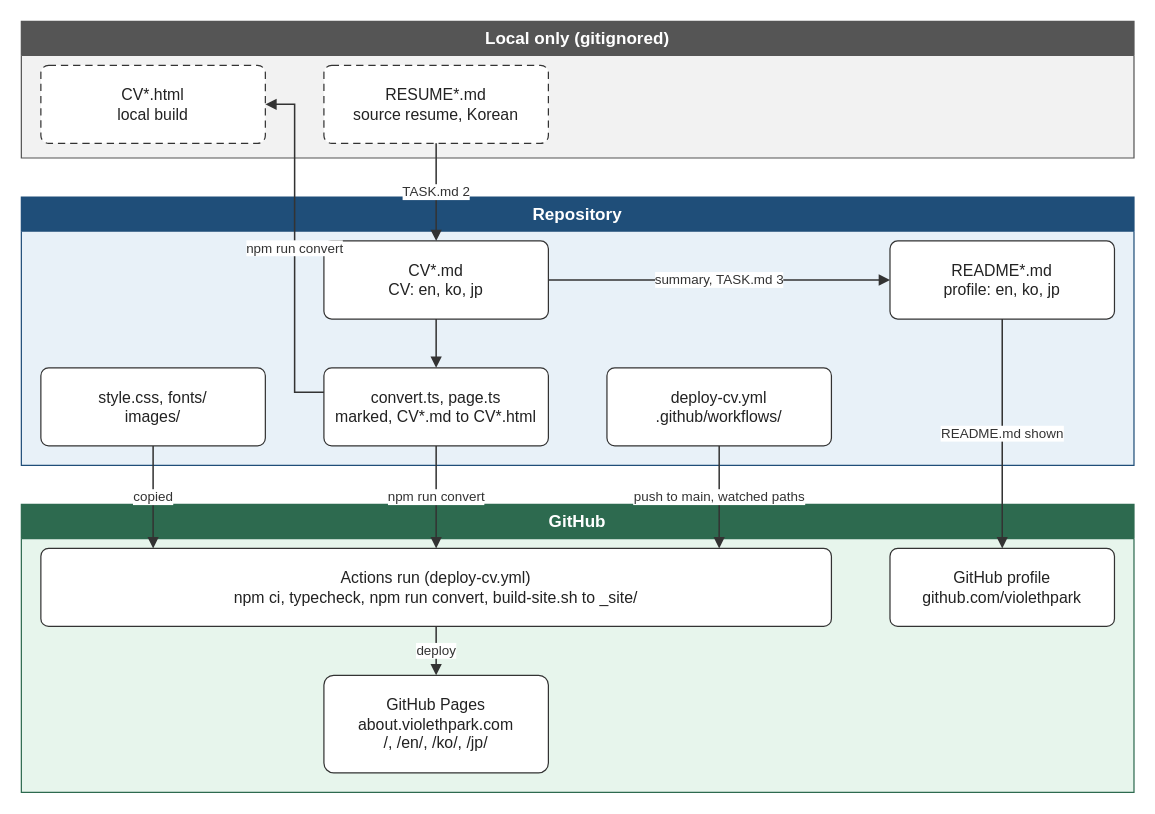
Before: diagrams/repo-structure.drawio in violethpark/violethpark, a draw.io diagram. Source tidied: cells renumbered, new cells numbered last; positions are measured from the earlier drawing's top-left corner, leaving out a move shared by most shapes. Both pictures are drawn from the tidied source at 122%, with x=0, y=0 at pixel (21, 21).
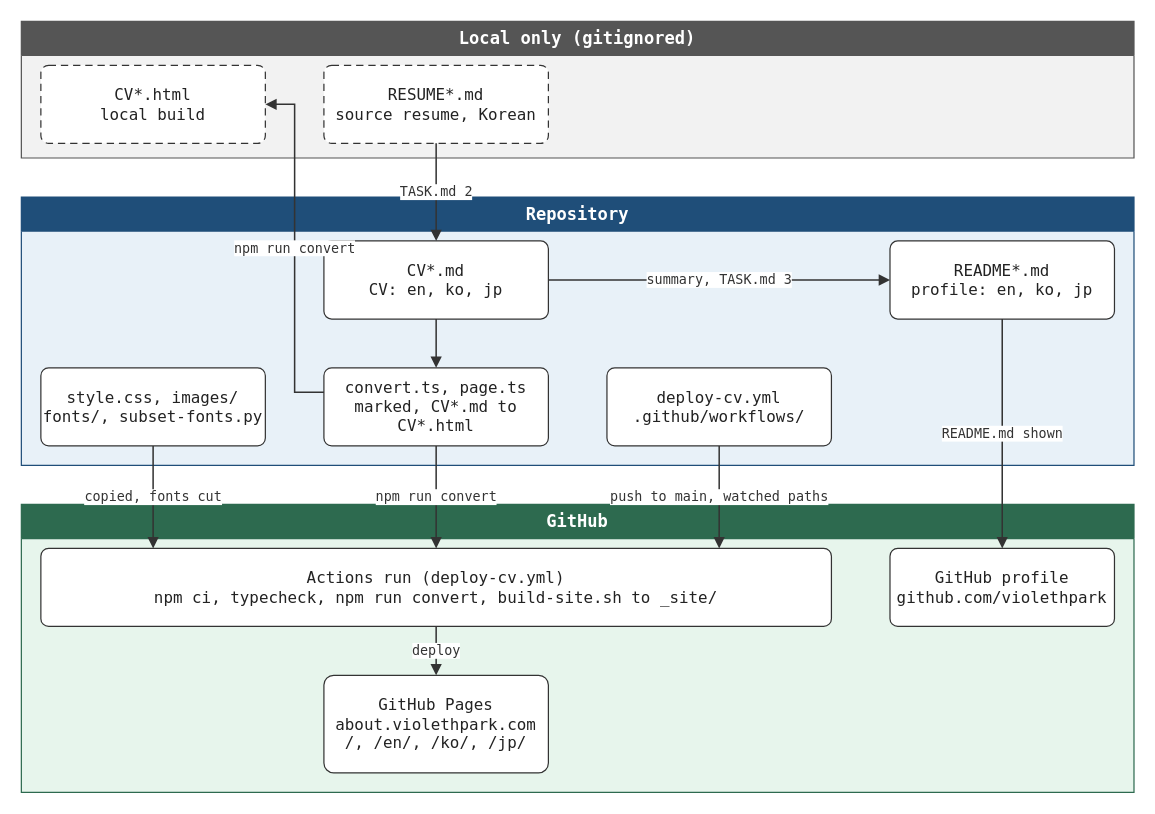
The same diagram, later.

Change to the diagram source:
```diff
@@
-    <mxCell id="2" value="Local only (gitignored)" style="swimlane;html=1;startSize=28;fontStyle=1;fontSize=14;fontFamily=Helvetica;align=center;verticalAlign=middle;fillColor=#555555;fontColor=#FFFFFF;strokeColor=#555555;swimlaneFillColor=#F2F2F2;rounded=0;whiteSpace=wrap;" parent="1" vertex="1">
+    <mxCell id="2" value="Local only (gitignored)" style="swimlane;html=1;startSize=28;fontStyle=1;fontSize=14;fontFamily=Sarasa Mono Slab J,Sarasa Mono Slab K,monospace;align=center;verticalAlign=middle;fillColor=light-dark(#555555,#D0D0D0);fontColor=light-dark(#FFFFFF,#000000);strokeColor=light-dark(#555555,#D0D0D0);swimlaneFillColor=light-dark(#F2F2F2,#000000);rounded=0;whiteSpace=wrap;" parent="1" vertex="1">
       <mxGeometry width="912" height="112" as="geometry" />
     </mxCell>
-    <mxCell id="3" value="Repository" style="swimlane;html=1;startSize=28;fontStyle=1;fontSize=14;fontFamily=Helvetica;align=center;verticalAlign=middle;fillColor=#1F4E79;fontColor=#FFFFFF;strokeColor=#1F4E79;swimlaneFillColor=#E8F1F8;rounded=0;whiteSpace=wrap;" parent="1" vertex="1">
+    <mxCell id="3" value="Repository" style="swimlane;html=1;startSize=28;fontStyle=1;fontSize=14;fontFamily=Sarasa Mono Slab J,Sarasa Mono Slab K,monospace;align=center;verticalAlign=middle;fillColor=light-dark(#1F4E79,#9CC8F0);fontColor=light-dark(#FFFFFF,#000000);strokeColor=light-dark(#1F4E79,#9CC8F0);swimlaneFillColor=light-dark(#E8F1F8,#000000);rounded=0;whiteSpace=wrap;" parent="1" vertex="1">
       <mxGeometry y="144" width="912" height="220" as="geometry" />
     </mxCell>
-    <mxCell id="4" value="GitHub" style="swimlane;html=1;startSize=28;fontStyle=1;fontSize=14;fontFamily=Helvetica;align=center;verticalAlign=middle;fillColor=#2D6A4F;fontColor=#FFFFFF;strokeColor=#2D6A4F;swimlaneFillColor=#E7F5EC;rounded=0;whiteSpace=wrap;" parent="1" vertex="1">
+    <mxCell id="4" value="GitHub" style="swimlane;html=1;startSize=28;fontStyle=1;fontSize=14;fontFamily=Sarasa Mono Slab J,Sarasa Mono Slab K,monospace;align=center;verticalAlign=middle;fillColor=light-dark(#2D6A4F,#8FD6B0);fontColor=light-dark(#FFFFFF,#000000);strokeColor=light-dark(#2D6A4F,#8FD6B0);swimlaneFillColor=light-dark(#E7F5EC,#000000);rounded=0;whiteSpace=wrap;" parent="1" vertex="1">
       <mxGeometry y="396" width="912" height="236" as="geometry" />
     </mxCell>
-    <mxCell id="5" value="CV*.html&#10;local build" style="rounded=1;whiteSpace=wrap;html=1;align=center;verticalAlign=middle;fontSize=13;fontFamily=Helvetica;fontColor=#222222;fillColor=#FFFFFF;strokeColor=#333333;arcSize=10;dashed=1;dashPattern=6 4;" parent="2" vertex="1">
+    <mxCell id="5" value="CV*.html&#10;local build" style="rounded=1;whiteSpace=wrap;html=1;align=center;verticalAlign=middle;fontSize=13;fontFamily=Sarasa Mono Slab J,Sarasa Mono Slab K,monospace;fontColor=light-dark(#222222,#F5F5F5);fillColor=light-dark(#FFFFFF,#000000);strokeColor=light-dark(#333333,#F0F0F0);arcSize=10;dashed=1;dashPattern=6 4;" parent="2" vertex="1">
       <mxGeometry x="16" y="36" width="184" height="64" as="geometry" />
     </mxCell>
-    <mxCell id="6" value="RESUME*.md&#10;source resume, Korean" style="rounded=1;whiteSpace=wrap;html=1;align=center;verticalAlign=middle;fontSize=13;fontFamily=Helvetica;fontColor=#222222;fillColor=#FFFFFF;strokeColor=#333333;arcSize=10;dashed=1;dashPattern=6 4;" parent="2" vertex="1">
+    <mxCell id="6" value="RESUME*.md&#10;source resume, Korean" style="rounded=1;whiteSpace=wrap;html=1;align=center;verticalAlign=middle;fontSize=13;fontFamily=Sarasa Mono Slab J,Sarasa Mono Slab K,monospace;fontColor=light-dark(#222222,#F5F5F5);fillColor=light-dark(#FFFFFF,#000000);strokeColor=light-dark(#333333,#F0F0F0);arcSize=10;dashed=1;dashPattern=6 4;" parent="2" vertex="1">
       <mxGeometry x="248" y="36" width="184" height="64" as="geometry" />
     </mxCell>
-    <mxCell id="7" value="CV*.md&#10;CV: en, ko, jp" style="rounded=1;whiteSpace=wrap;html=1;align=center;verticalAlign=middle;fontSize=13;fontFamily=Helvetica;fontColor=#222222;fillColor=#FFFFFF;strokeColor=#333333;arcSize=10;" parent="3" vertex="1">
+    <mxCell id="7" value="CV*.md&#10;CV: en, ko, jp" style="rounded=1;whiteSpace=wrap;html=1;align=center;verticalAlign=middle;fontSize=13;fontFamily=Sarasa Mono Slab J,Sarasa Mono Slab K,monospace;fontColor=light-dark(#222222,#F5F5F5);fillColor=light-dark(#FFFFFF,#000000);strokeColor=light-dark(#333333,#F0F0F0);arcSize=10;" parent="3" vertex="1">
       <mxGeometry x="248" y="36" width="184" height="64" as="geometry" />
     </mxCell>
-    <mxCell id="8" value="README*.md&#10;profile: en, ko, jp" style="rounded=1;whiteSpace=wrap;html=1;align=center;verticalAlign=middle;fontSize=13;fontFamily=Helvetica;fontColor=#222222;fillColor=#FFFFFF;strokeColor=#333333;arcSize=10;" parent="3" vertex="1">
+    <mxCell id="8" value="README*.md&#10;profile: en, ko, jp" style="rounded=1;whiteSpace=wrap;html=1;align=center;verticalAlign=middle;fontSize=13;fontFamily=Sarasa Mono Slab J,Sarasa Mono Slab K,monospace;fontColor=light-dark(#222222,#F5F5F5);fillColor=light-dark(#FFFFFF,#000000);strokeColor=light-dark(#333333,#F0F0F0);arcSize=10;" parent="3" vertex="1">
       <mxGeometry x="712" y="36" width="184" height="64" as="geometry" />
     </mxCell>
-    <mxCell id="9" value="style.css, fonts/&#10;images/" style="rounded=1;whiteSpace=wrap;html=1;align=center;verticalAlign=middle;fontSize=13;fontFamily=Helvetica;fontColor=#222222;fillColor=#FFFFFF;strokeColor=#333333;arcSize=10;" parent="3" vertex="1">
+    <mxCell id="9" value="style.css, images/&#10;fonts/, subset-fonts.py" style="rounded=1;whiteSpace=wrap;html=1;align=center;verticalAlign=middle;fontSize=13;fontFamily=Sarasa Mono Slab J,Sarasa Mono Slab K,monospace;fontColor=light-dark(#222222,#F5F5F5);fillColor=light-dark(#FFFFFF,#000000);strokeColor=light-dark(#333333,#F0F0F0);arcSize=10;" parent="3" vertex="1">
       <mxGeometry x="16" y="140" width="184" height="64" as="geometry" />
     </mxCell>
-    <mxCell id="10" value="convert.ts, page.ts&#10;marked, CV*.md to CV*.html" style="rounded=1;whiteSpace=wrap;html=1;align=center;verticalAlign=middle;fontSize=13;fontFamily=Helvetica;fontColor=#222222;fillColor=#FFFFFF;strokeColor=#333333;arcSize=10;" parent="3" vertex="1">
+    <mxCell id="10" value="convert.ts, page.ts&#10;marked, CV*.md to CV*.html" style="rounded=1;whiteSpace=wrap;html=1;align=center;verticalAlign=middle;fontSize=13;fontFamily=Sarasa Mono Slab J,Sarasa Mono Slab K,monospace;fontColor=light-dark(#222222,#F5F5F5);fillColor=light-dark(#FFFFFF,#000000);strokeColor=light-dark(#333333,#F0F0F0);arcSize=10;" parent="3" vertex="1">
       <mxGeometry x="248" y="140" width="184" height="64" as="geometry" />
     </mxCell>
-    <mxCell id="11" value="deploy-cv.yml&#10;.github/workflows/" style="rounded=1;whiteSpace=wrap;html=1;align=center;verticalAlign=middle;fontSize=13;fontFamily=Helvetica;fontColor=#222222;fillColor=#FFFFFF;strokeColor=#333333;arcSize=10;" parent="3" vertex="1">
+    <mxCell id="11" value="deploy-cv.yml&#10;.github/workflows/" style="rounded=1;whiteSpace=wrap;html=1;align=center;verticalAlign=middle;fontSize=13;fontFamily=Sarasa Mono Slab J,Sarasa Mono Slab K,monospace;fontColor=light-dark(#222222,#F5F5F5);fillColor=light-dark(#FFFFFF,#000000);strokeColor=light-dark(#333333,#F0F0F0);arcSize=10;" parent="3" vertex="1">
       <mxGeometry x="480" y="140" width="184" height="64" as="geometry" />
     </mxCell>
-    <mxCell id="12" value="Actions run (deploy-cv.yml)&#10;npm ci, typecheck, npm run convert, build-site.sh to _site/" style="rounded=1;whiteSpace=wrap;html=1;align=center;verticalAlign=middle;fontSize=13;fontFamily=Helvetica;fontColor=#222222;fillColor=#FFFFFF;strokeColor=#333333;arcSize=10;" parent="4" vertex="1">
+    <mxCell id="12" value="Actions run (deploy-cv.yml)&#10;npm ci, typecheck, npm run convert, build-site.sh to _site/" style="rounded=1;whiteSpace=wrap;html=1;align=center;verticalAlign=middle;fontSize=13;fontFamily=Sarasa Mono Slab J,Sarasa Mono Slab K,monospace;fontColor=light-dark(#222222,#F5F5F5);fillColor=light-dark(#FFFFFF,#000000);strokeColor=light-dark(#333333,#F0F0F0);arcSize=10;" parent="4" vertex="1">
       <mxGeometry x="16" y="36" width="648" height="64" as="geometry" />
     </mxCell>
-    <mxCell id="13" value="GitHub profile&#10;github.com/violethpark" style="rounded=1;whiteSpace=wrap;html=1;align=center;verticalAlign=middle;fontSize=13;fontFamily=Helvetica;fontColor=#222222;fillColor=#FFFFFF;strokeColor=#333333;arcSize=10;" parent="4" vertex="1">
+    <mxCell id="13" value="GitHub profile&#10;github.com/violethpark" style="rounded=1;whiteSpace=wrap;html=1;align=center;verticalAlign=middle;fontSize=13;fontFamily=Sarasa Mono Slab J,Sarasa Mono Slab K,monospace;fontColor=light-dark(#222222,#F5F5F5);fillColor=light-dark(#FFFFFF,#000000);strokeColor=light-dark(#333333,#F0F0F0);arcSize=10;" parent="4" vertex="1">
       <mxGeometry x="712" y="36" width="184" height="64" as="geometry" />
     </mxCell>
-    <mxCell id="14" value="GitHub Pages&#10;about.violethpark.com&#10;/, /en/, /ko/, /jp/" style="rounded=1;whiteSpace=wrap;html=1;align=center;verticalAlign=middle;fontSize=13;fontFamily=Helvetica;fontColor=#222222;fillColor=#FFFFFF;strokeColor=#333333;arcSize=10;" parent="4" vertex="1">
+    <mxCell id="14" value="GitHub Pages&#10;about.violethpark.com&#10;/, /en/, /ko/, /jp/" style="rounded=1;whiteSpace=wrap;html=1;align=center;verticalAlign=middle;fontSize=13;fontFamily=Sarasa Mono Slab J,Sarasa Mono Slab K,monospace;fontColor=light-dark(#222222,#F5F5F5);fillColor=light-dark(#FFFFFF,#000000);strokeColor=light-dark(#333333,#F0F0F0);arcSize=10;" parent="4" vertex="1">
       <mxGeometry x="248" y="140" width="184" height="80" as="geometry" />
     </mxCell>
-    <mxCell id="15" value="TASK.md 2" style="edgeStyle=orthogonalEdgeStyle;rounded=0;html=1;endArrow=block;endFill=1;fontSize=11;fontFamily=Helvetica;fontColor=#333333;labelBackgroundColor=#FFFFFF;strokeColor=#333333;strokeWidth=1.25;align=center;verticalAlign=middle;exitX=0.5000;exitY=1.0000;entryX=0.5000;entryY=0.0000;" parent="1" edge="1" source="6" target="7">
+    <mxCell id="15" value="TASK.md 2" style="edgeStyle=orthogonalEdgeStyle;rounded=0;html=1;endArrow=block;endFill=1;fontSize=11;fontFamily=Sarasa Mono Slab J,Sarasa Mono Slab K,monospace;fontColor=light-dark(#333333,#F0F0F0);labelBackgroundColor=light-dark(#FFFFFF,#121212);strokeColor=light-dark(#333333,#F0F0F0);strokeWidth=1.25;align=center;verticalAlign=middle;exitX=0.5000;exitY=1.0000;entryX=0.5000;entryY=0.0000;" parent="1" edge="1" source="6" target="7">
       <mxGeometry relative="1" as="geometry" />
     </mxCell>
-    <mxCell id="16" value="summary, TASK.md 3" style="edgeStyle=orthogonalEdgeStyle;rounded=0;html=1;endArrow=block;endFill=1;fontSize=11;fontFamily=Helvetica;fontColor=#333333;labelBackgroundColor=#FFFFFF;strokeColor=#333333;strokeWidth=1.25;align=center;verticalAlign=middle;exitX=1.0000;exitY=0.5000;entryX=0.0000;entryY=0.5000;" parent="1" edge="1" source="7" target="8">
+    <mxCell id="16" value="summary, TASK.md 3" style="edgeStyle=orthogonalEdgeStyle;rounded=0;html=1;endArrow=block;endFill=1;fontSize=11;fontFamily=Sarasa Mono Slab J,Sarasa Mono Slab K,monospace;fontColor=light-dark(#333333,#F0F0F0);labelBackgroundColor=light-dark(#FFFFFF,#121212);strokeColor=light-dark(#333333,#F0F0F0);strokeWidth=1.25;align=center;verticalAlign=middle;exitX=1.0000;exitY=0.5000;entryX=0.0000;entryY=0.5000;" parent="1" edge="1" source="7" target="8">
       <mxGeometry relative="1" as="geometry" />
     </mxCell>
-    <mxCell id="17" value="README.md shown" style="edgeStyle=orthogonalEdgeStyle;rounded=0;html=1;endArrow=block;endFill=1;fontSize=11;fontFamily=Helvetica;fontColor=#333333;labelBackgroundColor=#FFFFFF;strokeColor=#333333;strokeWidth=1.25;align=center;verticalAlign=middle;exitX=0.5000;exitY=1.0000;entryX=0.5000;entryY=0.0000;" parent="1" edge="1" source="8" target="13">
+    <mxCell id="17" value="README.md shown" style="edgeStyle=orthogonalEdgeStyle;rounded=0;html=1;endArrow=block;endFill=1;fontSize=11;fontFamily=Sarasa Mono Slab J,Sarasa Mono Slab K,monospace;fontColor=light-dark(#333333,#F0F0F0);labelBackgroundColor=light-dark(#FFFFFF,#121212);strokeColor=light-dark(#333333,#F0F0F0);strokeWidth=1.25;align=center;verticalAlign=middle;exitX=0.5000;exitY=1.0000;entryX=0.5000;entryY=0.0000;" parent="1" edge="1" source="8" target="13">
       <mxGeometry relative="1" as="geometry" />
     </mxCell>
-    <mxCell id="18" style="edgeStyle=orthogonalEdgeStyle;rounded=0;html=1;endArrow=block;endFill=1;fontSize=11;fontFamily=Helvetica;fontColor=#333333;labelBackgroundColor=#FFFFFF;strokeColor=#333333;strokeWidth=1.25;align=center;verticalAlign=middle;exitX=0.5000;exitY=1.0000;entryX=0.5000;entryY=0.0000;" parent="1" edge="1" source="7" target="10">
+    <mxCell id="18" style="edgeStyle=orthogonalEdgeStyle;rounded=0;html=1;endArrow=block;endFill=1;fontSize=11;fontFamily=Sarasa Mono Slab J,Sarasa Mono Slab K,monospace;fontColor=light-dark(#333333,#F0F0F0);labelBackgroundColor=light-dark(#FFFFFF,#121212);strokeColor=light-dark(#333333,#F0F0F0);strokeWidth=1.25;align=center;verticalAlign=middle;exitX=0.5000;exitY=1.0000;entryX=0.5000;entryY=0.0000;" parent="1" edge="1" source="7" target="10">
       <mxGeometry relative="1" as="geometry" />
     </mxCell>
-    <mxCell id="19" value="npm run convert" style="edgeStyle=orthogonalEdgeStyle;rounded=0;html=1;endArrow=block;endFill=1;fontSize=11;fontFamily=Helvetica;fontColor=#333333;labelBackgroundColor=#FFFFFF;strokeColor=#333333;strokeWidth=1.25;align=center;verticalAlign=middle;exitX=0.0000;exitY=0.3125;entryX=1.0000;entryY=0.5000;" parent="1" edge="1" source="10" target="5">
+    <mxCell id="19" value="npm run convert" style="edgeStyle=orthogonalEdgeStyle;rounded=0;html=1;endArrow=block;endFill=1;fontSize=11;fontFamily=Sarasa Mono Slab J,Sarasa Mono Slab K,monospace;fontColor=light-dark(#333333,#F0F0F0);labelBackgroundColor=light-dark(#FFFFFF,#121212);strokeColor=light-dark(#333333,#F0F0F0);strokeWidth=1.25;align=center;verticalAlign=middle;exitX=0.0000;exitY=0.3125;entryX=1.0000;entryY=0.5000;" parent="1" edge="1" source="10" target="5">
       <mxGeometry relative="1" as="geometry">
         <Array as="points">
           <mxPoint x="224" y="304" />
           <mxPoint x="224" y="68" />
         </Array>
       </mxGeometry>
     </mxCell>
-    <mxCell id="20" value="copied" style="edgeStyle=orthogonalEdgeStyle;rounded=0;html=1;endArrow=block;endFill=1;fontSize=11;fontFamily=Helvetica;fontColor=#333333;labelBackgroundColor=#FFFFFF;strokeColor=#333333;strokeWidth=1.25;align=center;verticalAlign=middle;exitX=0.5000;exitY=1.0000;entryX=0.1420;entryY=0.0000;" parent="1" edge="1" source="9" target="12">
+    <mxCell id="20" value="copied, fonts cut" style="edgeStyle=orthogonalEdgeStyle;rounded=0;html=1;endArrow=block;endFill=1;fontSize=11;fontFamily=Sarasa Mono Slab J,Sarasa Mono Slab K,monospace;fontColor=light-dark(#333333,#F0F0F0);labelBackgroundColor=light-dark(#FFFFFF,#121212);strokeColor=light-dark(#333333,#F0F0F0);strokeWidth=1.25;align=center;verticalAlign=middle;exitX=0.5000;exitY=1.0000;entryX=0.1420;entryY=0.0000;" parent="1" edge="1" source="9" target="12">
       <mxGeometry relative="1" as="geometry" />
     </mxCell>
-    <mxCell id="21" value="npm run convert" style="edgeStyle=orthogonalEdgeStyle;rounded=0;html=1;endArrow=block;endFill=1;fontSize=11;fontFamily=Helvetica;fontColor=#333333;labelBackgroundColor=#FFFFFF;strokeColor=#333333;strokeWidth=1.25;align=center;verticalAlign=middle;exitX=0.5000;exitY=1.0000;entryX=0.5000;entryY=0.0000;" parent="1" edge="1" source="10" target="12">
+    <mxCell id="21" value="npm run convert" style="edgeStyle=orthogonalEdgeStyle;rounded=0;html=1;endArrow=block;endFill=1;fontSize=11;fontFamily=Sarasa Mono Slab J,Sarasa Mono Slab K,monospace;fontColor=light-dark(#333333,#F0F0F0);labelBackgroundColor=light-dark(#FFFFFF,#121212);strokeColor=light-dark(#333333,#F0F0F0);strokeWidth=1.25;align=center;verticalAlign=middle;exitX=0.5000;exitY=1.0000;entryX=0.5000;entryY=0.0000;" parent="1" edge="1" source="10" target="12">
       <mxGeometry relative="1" as="geometry" />
     </mxCell>
-    <mxCell id="22" value="push to main, watched paths" style="edgeStyle=orthogonalEdgeStyle;rounded=0;html=1;endArrow=block;endFill=1;fontSize=11;fontFamily=Helvetica;fontColor=#333333;labelBackgroundColor=#FFFFFF;strokeColor=#333333;strokeWidth=1.25;align=center;verticalAlign=middle;exitX=0.5000;exitY=1.0000;entryX=0.8580;entryY=0.0000;" parent="1" edge="1" source="11" target="12">
+    <mxCell id="22" value="push to main, watched paths" style="edgeStyle=orthogonalEdgeStyle;rounded=0;html=1;endArrow=block;endFill=1;fontSize=11;fontFamily=Sarasa Mono Slab J,Sarasa Mono Slab K,monospace;fontColor=light-dark(#333333,#F0F0F0);labelBackgroundColor=light-dark(#FFFFFF,#121212);strokeColor=light-dark(#333333,#F0F0F0);strokeWidth=1.25;align=center;verticalAlign=middle;exitX=0.5000;exitY=1.0000;entryX=0.8580;entryY=0.0000;" parent="1" edge="1" source="11" target="12">
       <mxGeometry relative="1" as="geometry" />
     </mxCell>
-    <mxCell id="23" value="deploy" style="edgeStyle=orthogonalEdgeStyle;rounded=0;html=1;endArrow=block;endFill=1;fontSize=11;fontFamily=Helvetica;fontColor=#333333;labelBackgroundColor=#FFFFFF;strokeColor=#333333;strokeWidth=1.25;align=center;verticalAlign=middle;exitX=0.5000;exitY=1.0000;entryX=0.5000;entryY=0.0000;" parent="1" edge="1" source="12" target="14">
+    <mxCell id="23" value="deploy" style="edgeStyle=orthogonalEdgeStyle;rounded=0;html=1;endArrow=block;endFill=1;fontSize=11;fontFamily=Sarasa Mono Slab J,Sarasa Mono Slab K,monospace;fontColor=light-dark(#333333,#F0F0F0);labelBackgroundColor=light-dark(#FFFFFF,#121212);strokeColor=light-dark(#333333,#F0F0F0);strokeWidth=1.25;align=center;verticalAlign=middle;exitX=0.5000;exitY=1.0000;entryX=0.5000;entryY=0.0000;" parent="1" edge="1" source="12" target="14">
       <mxGeometry relative="1" as="geometry" />
     </mxCell>
```
